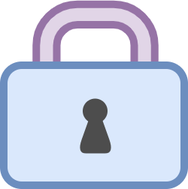
This is image/protector.png from vxlang/vxlang.github.io, a draw.io export, as it was before one commit. Source tidied: cells renumbered, new cells last; positions are measured from the earlier drawing's top-left corner, leaving out a move shared by most shapes.
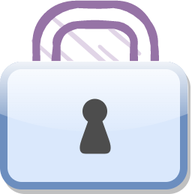
The same file after the commit.

Change to the diagram source:
```diff
@@ -2,7 +2,7 @@
   <root>
     <mxCell id="0" />
     <mxCell id="1" parent="0" />
-    <mxCell id="2" style="verticalLabelPosition=bottom;verticalAlign=top;html=1;shape=mxgraph.basic.rounded_frame;dx=13.67;whiteSpace=wrap;rotation=90;gradientDirection=east;strokeColor=#9673a6;strokeWidth=5;fillColor=#e1d5e7;perimeterSpacing=1;" parent="1" vertex="1">
+    <mxCell id="2" style="verticalLabelPosition=bottom;verticalAlign=top;html=1;shape=mxgraph.basic.rounded_frame;dx=13.67;whiteSpace=wrap;rotation=90;gradientDirection=east;strokeColor=#9673a6;strokeWidth=5;fillColor=#e1d5e7;perimeterSpacing=1;sketch=1;" parent="1" vertex="1">
       <mxGeometry x="11" width="100" height="78.8" as="geometry" />
     </mxCell>
     <mxCell id="3" style="edgeStyle=orthogonalEdgeStyle;rounded=0;orthogonalLoop=1;jettySize=auto;html=1;exitX=0.5;exitY=1;exitDx=0;exitDy=0;exitPerimeter=0;" parent="1" edge="1">
@@ -11,13 +11,13 @@
         <mxPoint x="60" y="90" as="targetPoint" />
       </mxGeometry>
     </mxCell>
-    <mxCell id="4" style="rounded=1;whiteSpace=wrap;html=1;strokeColor=#6c8ebf;strokeWidth=5;fillColor=#dae8fc;" parent="1" vertex="1">
+    <mxCell id="4" style="rounded=1;whiteSpace=wrap;html=1;strokeWidth=5;glass=1;sketch=0;fillColor=#dae8fc;strokeColor=#6c8ebf;shadow=1;" parent="1" vertex="1">
       <mxGeometry y="30" width="120" height="80" as="geometry" />
     </mxCell>
-    <mxCell id="5" style="ellipse;whiteSpace=wrap;html=1;rounded=1;strokeWidth=1;gradientDirection=east;strokeColor=none;fillColor=#4D4D4D;" parent="1" vertex="1">
+    <mxCell id="5" style="ellipse;whiteSpace=wrap;html=1;rounded=1;strokeWidth=1;gradientDirection=east;strokeColor=none;fillColor=#4D4D4D;sketch=0;" parent="1" vertex="1">
       <mxGeometry x="52.5" y="52.2" width="16.5" height="16.5" as="geometry" />
     </mxCell>
-    <mxCell id="6" style="triangle;whiteSpace=wrap;html=1;rounded=1;strokeWidth=1;gradientDirection=east;rotation=-90;strokeColor=none;fillColor=#4D4D4D;" parent="1" vertex="1">
+    <mxCell id="6" style="triangle;whiteSpace=wrap;html=1;rounded=1;strokeWidth=1;gradientDirection=east;rotation=-90;strokeColor=none;fillColor=#4D4D4D;sketch=0;" parent="1" vertex="1">
       <mxGeometry x="43.5" y="58.8" width="35" height="25" as="geometry" />
     </mxCell>
   </root>
```
